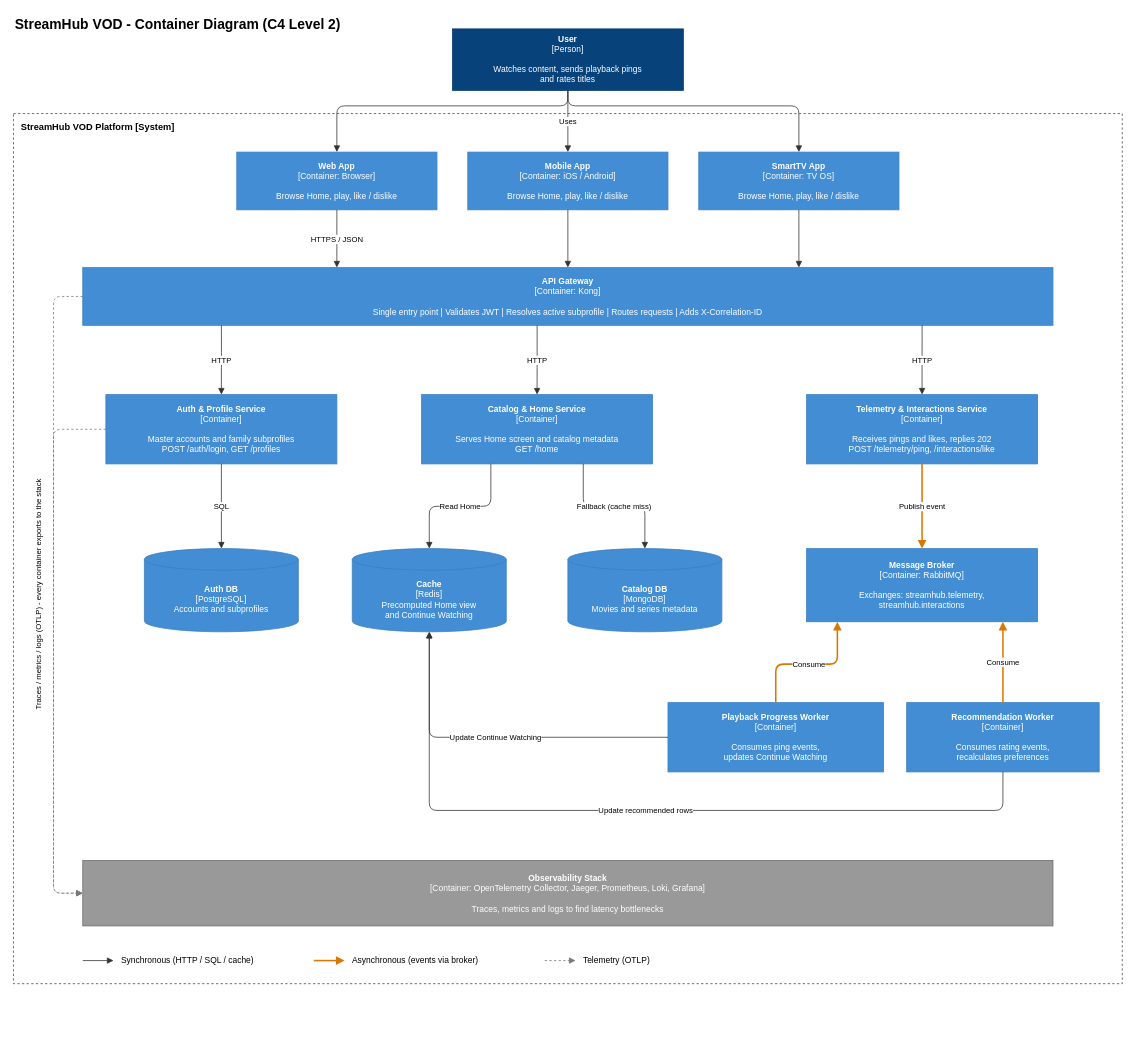
This is docs/assets/c4.drawio from brayancorrea1114112-debug/ARQ2-2026-TS-007, a draw.io file, before an edit. Source tidied: cells renumbered, new cells numbered last; positions are measured from the earlier drawing's top-left corner, leaving out a move shared by most shapes. Both pictures are drawn from the tidied source at 77%, with x=0, y=0 at pixel (-139, 13).
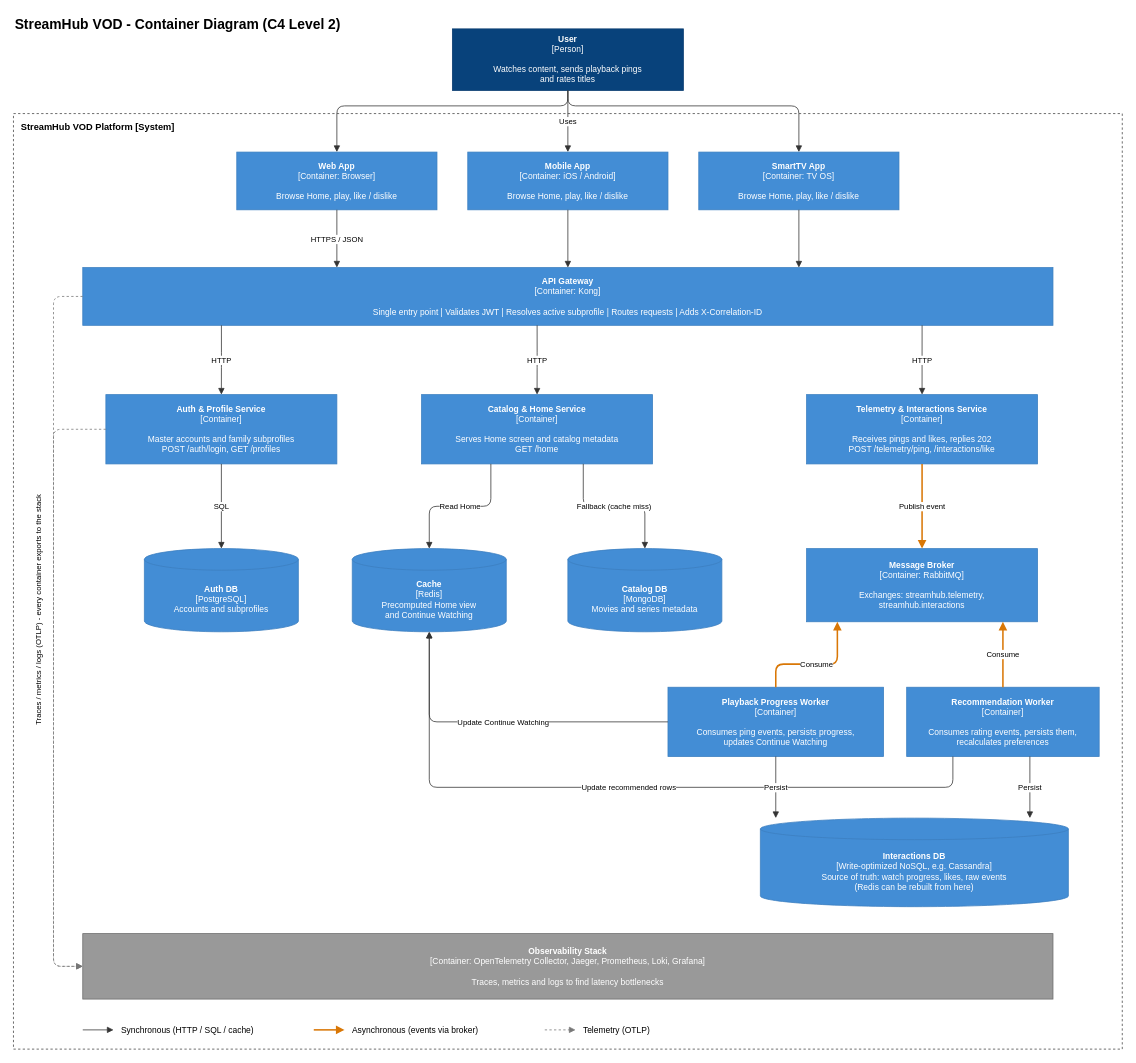
The same page after the edit.

Commit message (it also covers changes not shown here):
C4 Model Updated V2, New Database Implemented For Persistence

The change refers to these unchanged cells:
```xml
<mxCell id="8" value="&lt;b&gt;API Gateway&lt;/b&gt;&lt;br&gt;[Container: Kong]&lt;br&gt;&lt;br&gt;Single entry point | Validates JWT | Resolves active subprofile | Routes requests | Adds X-Correlation-ID" style="rounded=0;whiteSpace=wrap;html=1;fontSize=11;fillColor=#438DD5;strokeColor=#3C7FC0;fontColor=#FFFFFF;" parent="1" vertex="1">
  <mxGeometry x="288" y="330" width="1260" height="75" as="geometry" />
</mxCell>
<mxCell id="9" value="&lt;b&gt;Auth &amp;amp; Profile Service&lt;/b&gt;&lt;br&gt;[Container]&lt;br&gt;&lt;br&gt;Master accounts and family subprofiles&lt;br&gt;POST /auth/login, GET /profiles" style="rounded=0;whiteSpace=wrap;html=1;fontSize=11;fillColor=#438DD5;strokeColor=#3C7FC0;fontColor=#FFFFFF;" parent="1" vertex="1">
  <mxGeometry x="318" y="495" width="300" height="90" as="geometry" />
</mxCell>
<mxCell id="13" value="&lt;b&gt;Cache&lt;/b&gt;&lt;br&gt;[Redis]&lt;br&gt;Precomputed Home view&lt;br&gt;and Continue Watching" style="shape=cylinder3;whiteSpace=wrap;html=1;boundedLbl=1;backgroundOutline=1;size=14;fontSize=11;fillColor=#438DD5;strokeColor=#3C7FC0;fontColor=#FFFFFF;" parent="1" vertex="1">
  <mxGeometry x="638" y="695" width="200" height="108" as="geometry" />
</mxCell>
```

Diff of the diagram source:
```diff
@@
     <mxCell id="3" value="StreamHub VOD Platform [System]" style="rounded=0;dashed=1;fillColor=none;strokeColor=#444444;verticalAlign=top;align=left;spacingLeft=8;spacingTop=4;fontSize=12;fontStyle=1;" parent="1" vertex="1">
-      <mxGeometry x="198" y="130" width="1440" height="1130" as="geometry" />
+      <mxGeometry x="198" y="130" width="1440" height="1215" as="geometry" />
     </mxCell>
@@
-    <mxCell id="16" value="&lt;b&gt;Playback Progress Worker&lt;/b&gt;&lt;br&gt;[Container]&lt;br&gt;&lt;br&gt;Consumes ping events,&lt;br&gt;updates Continue Watching" style="rounded=0;whiteSpace=wrap;html=1;fontSize=11;fillColor=#438DD5;strokeColor=#3C7FC0;fontColor=#FFFFFF;" parent="1" vertex="1">
-      <mxGeometry x="1048" y="895" width="280" height="90" as="geometry" />
+    <mxCell id="16" value="&lt;b&gt;Playback Progress Worker&lt;/b&gt;&lt;br&gt;[Container]&lt;br&gt;&lt;br&gt;Consumes ping events, persists progress,&lt;br&gt;updates Continue Watching" style="rounded=0;whiteSpace=wrap;html=1;fontSize=11;fillColor=#438DD5;strokeColor=#3C7FC0;fontColor=#FFFFFF;" parent="1" vertex="1">
+      <mxGeometry x="1048" y="875" width="280" height="90" as="geometry" />
     </mxCell>
+    <mxCell id="45" value="&lt;b&gt;Interactions DB&lt;/b&gt;&lt;br&gt;[Write-optimized NoSQL, e.g. Cassandra]&lt;br&gt;Source of truth: watch progress, likes, raw events&lt;br&gt;(Redis can be rebuilt from here)" style="shape=cylinder3;whiteSpace=wrap;html=1;boundedLbl=1;backgroundOutline=1;size=14;fontSize=11;fillColor=#438DD5;strokeColor=#3C7FC0;fontColor=#FFFFFF;" parent="1" vertex="1">
+      <mxGeometry x="1168" y="1045" width="400" height="115" as="geometry" />
+    </mxCell>
-    <mxCell id="17" value="&lt;b&gt;Recommendation Worker&lt;/b&gt;&lt;br&gt;[Container]&lt;br&gt;&lt;br&gt;Consumes rating events,&lt;br&gt;recalculates preferences" style="rounded=0;whiteSpace=wrap;html=1;fontSize=11;fillColor=#438DD5;strokeColor=#3C7FC0;fontColor=#FFFFFF;" parent="1" vertex="1">
-      <mxGeometry x="1358" y="895" width="250" height="90" as="geometry" />
+    <mxCell id="17" value="&lt;b&gt;Recommendation Worker&lt;/b&gt;&lt;br&gt;[Container]&lt;br&gt;&lt;br&gt;Consumes rating events, persists them,&lt;br&gt;recalculates preferences" style="rounded=0;whiteSpace=wrap;html=1;fontSize=11;fillColor=#438DD5;strokeColor=#3C7FC0;fontColor=#FFFFFF;" parent="1" vertex="1">
+      <mxGeometry x="1358" y="875" width="250" height="90" as="geometry" />
     </mxCell>
     <mxCell id="18" value="&lt;b&gt;Observability Stack&lt;/b&gt;&lt;br&gt;[Container: OpenTelemetry Collector, Jaeger, Prometheus, Loki, Grafana]&lt;br&gt;&lt;br&gt;Traces, metrics and logs to find latency bottlenecks" style="rounded=0;whiteSpace=wrap;html=1;fontSize=11;fillColor=#999999;strokeColor=#6B6B6B;fontColor=#FFFFFF;" parent="1" vertex="1">
-      <mxGeometry x="288" y="1100" width="1260" height="85" as="geometry" />
+      <mxGeometry x="288" y="1195" width="1260" height="85" as="geometry" />
     </mxCell>
@@
     <mxCell id="34" value="Update Continue Watching" style="endArrow=block;endFill=1;html=1;edgeStyle=orthogonalEdgeStyle;fontSize=10;strokeColor=#333333;exitX=0;exitY=0.5;exitDx=0;exitDy=0;entryX=0.5;entryY=1;entryDx=0;entryDy=0;" parent="1" edge="1" source="16" target="13">
       <mxGeometry relative="1" as="geometry">
         <Array as="points">
-          <mxPoint x="738" y="940" />
+          <mxPoint x="738" y="920" />
         </Array>
       </mxGeometry>
     </mxCell>
-    <mxCell id="35" value="Update recommended rows" style="endArrow=block;endFill=1;html=1;edgeStyle=orthogonalEdgeStyle;fontSize=10;strokeColor=#333333;exitX=0.5;exitY=1;exitDx=0;exitDy=0;entryX=0.5;entryY=1;entryDx=0;entryDy=0;" parent="1" edge="1" source="17" target="13">
+    <mxCell id="35" value="Update recommended rows" style="endArrow=block;endFill=1;html=1;edgeStyle=orthogonalEdgeStyle;fontSize=10;strokeColor=#333333;exitX=0.24;exitY=1;exitDx=0;exitDy=0;entryX=0.5;entryY=1;entryDx=0;entryDy=0;" parent="1" edge="1" source="17" target="13">
       <mxGeometry relative="1" as="geometry">
         <Array as="points">
-          <mxPoint x="1483" y="1035" />
-          <mxPoint x="738" y="1035" />
+          <mxPoint x="1418" y="1005" />
+          <mxPoint x="738" y="1005" />
         </Array>
       </mxGeometry>
     </mxCell>
+    <mxCell id="46" value="Persist" style="endArrow=block;endFill=1;html=1;edgeStyle=orthogonalEdgeStyle;fontSize=10;strokeColor=#333333;exitX=0.5;exitY=1;exitDx=0;exitDy=0;entryX=0.05;entryY=0;entryDx=0;entryDy=0;" parent="1" edge="1" source="16" target="45">
+      <mxGeometry relative="1" as="geometry" />
+    </mxCell>
+    <mxCell id="47" value="Persist" style="endArrow=block;endFill=1;html=1;edgeStyle=orthogonalEdgeStyle;fontSize=10;strokeColor=#333333;exitX=0.64;exitY=1;exitDx=0;exitDy=0;entryX=0.875;entryY=0;entryDx=0;entryDy=0;" parent="1" edge="1" source="17" target="45">
+      <mxGeometry relative="1" as="geometry" />
+    </mxCell>
     <mxCell id="36" style="endArrow=block;endFill=1;html=1;edgeStyle=orthogonalEdgeStyle;fontSize=10;dashed=1;strokeColor=#777777;exitX=0;exitY=0.5;exitDx=0;exitDy=0;entryX=0;entryY=0.5;entryDx=0;entryDy=0;" parent="1" edge="1" source="8" target="18">
       <mxGeometry relative="1" as="geometry">
         <Array as="points">
           <mxPoint x="250" y="367.5" />
-          <mxPoint x="250" y="1142.5" />
+          <mxPoint x="250" y="1237.5" />
         </Array>
       </mxGeometry>
     </mxCell>
     <mxCell id="37" style="endArrow=block;endFill=1;html=1;edgeStyle=orthogonalEdgeStyle;fontSize=10;dashed=1;strokeColor=#777777;exitX=0;exitY=0.5;exitDx=0;exitDy=0;entryX=0;entryY=0.5;entryDx=0;entryDy=0;" parent="1" edge="1" source="9" target="18">
       <mxGeometry relative="1" as="geometry">
         <Array as="points">
           <mxPoint x="250" y="540" />
-          <mxPoint x="250" y="1142.5" />
+          <mxPoint x="250" y="1237.5" />
         </Array>
       </mxGeometry>
     </mxCell>
     <mxCell id="38" value="Traces / metrics / logs (OTLP) - every container exports to the stack" style="text;html=1;align=left;verticalAlign=middle;fontSize=11;align=center;rotation=270;fontSize=10;" parent="1" vertex="1">
-      <mxGeometry y="745" width="460" height="20" as="geometry" />
+      <mxGeometry y="765" width="460" height="20" as="geometry" />
     </mxCell>
     <mxCell id="39" style="endArrow=block;endFill=1;html=1;strokeColor=#333333;" parent="1" edge="1">
       <mxGeometry relative="1" as="geometry">
-        <mxPoint x="288" y="1230" as="sourcePoint" />
-        <mxPoint x="328" y="1230" as="targetPoint" />
+        <mxPoint x="288" y="1320" as="sourcePoint" />
+        <mxPoint x="328" y="1320" as="targetPoint" />
       </mxGeometry>
     </mxCell>
     <mxCell id="40" value="Synchronous (HTTP / SQL / cache)" style="text;html=1;align=left;verticalAlign=middle;fontSize=11;" parent="1" vertex="1">
-      <mxGeometry x="336" y="1220" width="250" height="20" as="geometry" />
+      <mxGeometry x="336" y="1310" width="250" height="20" as="geometry" />
     </mxCell>
     <mxCell id="41" style="endArrow=block;endFill=1;html=1;strokeColor=#D97706;strokeWidth=2;" parent="1" edge="1">
       <mxGeometry relative="1" as="geometry">
-        <mxPoint x="588" y="1230" as="sourcePoint" />
-        <mxPoint x="628" y="1230" as="targetPoint" />
+        <mxPoint x="588" y="1320" as="sourcePoint" />
+        <mxPoint x="628" y="1320" as="targetPoint" />
       </mxGeometry>
     </mxCell>
     <mxCell id="42" value="Asynchronous (events via broker)" style="text;html=1;align=left;verticalAlign=middle;fontSize=11;" parent="1" vertex="1">
-      <mxGeometry x="636" y="1220" width="250" height="20" as="geometry" />
+      <mxGeometry x="636" y="1310" width="250" height="20" as="geometry" />
     </mxCell>
     <mxCell id="43" style="endArrow=block;endFill=1;html=1;dashed=1;strokeColor=#777777;" parent="1" edge="1">
       <mxGeometry relative="1" as="geometry">
-        <mxPoint x="888" y="1230" as="sourcePoint" />
-        <mxPoint x="928" y="1230" as="targetPoint" />
+        <mxPoint x="888" y="1320" as="sourcePoint" />
+        <mxPoint x="928" y="1320" as="targetPoint" />
       </mxGeometry>
     </mxCell>
     <mxCell id="44" value="Telemetry (OTLP)" style="text;html=1;align=left;verticalAlign=middle;fontSize=11;" parent="1" vertex="1">
-      <mxGeometry x="936" y="1220" width="200" height="20" as="geometry" />
+      <mxGeometry x="936" y="1310" width="200" height="20" as="geometry" />
     </mxCell>
```
